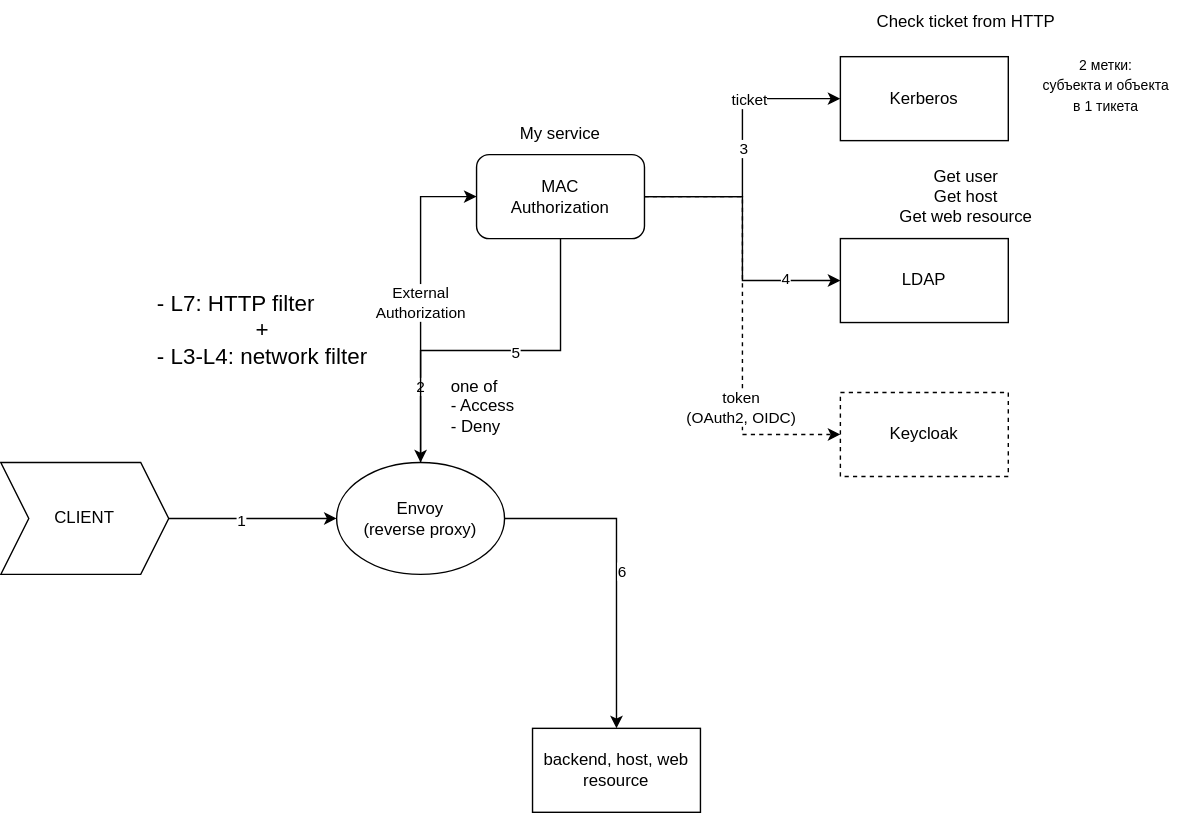
Before: docs/design.svg, a diagram exported from draw.io (Conty111/reverse-proxy-mac). Source tidied: cells renumbered, new cells last; positions are measured from the earlier drawing's top-left corner, leaving out a move shared by most shapes.
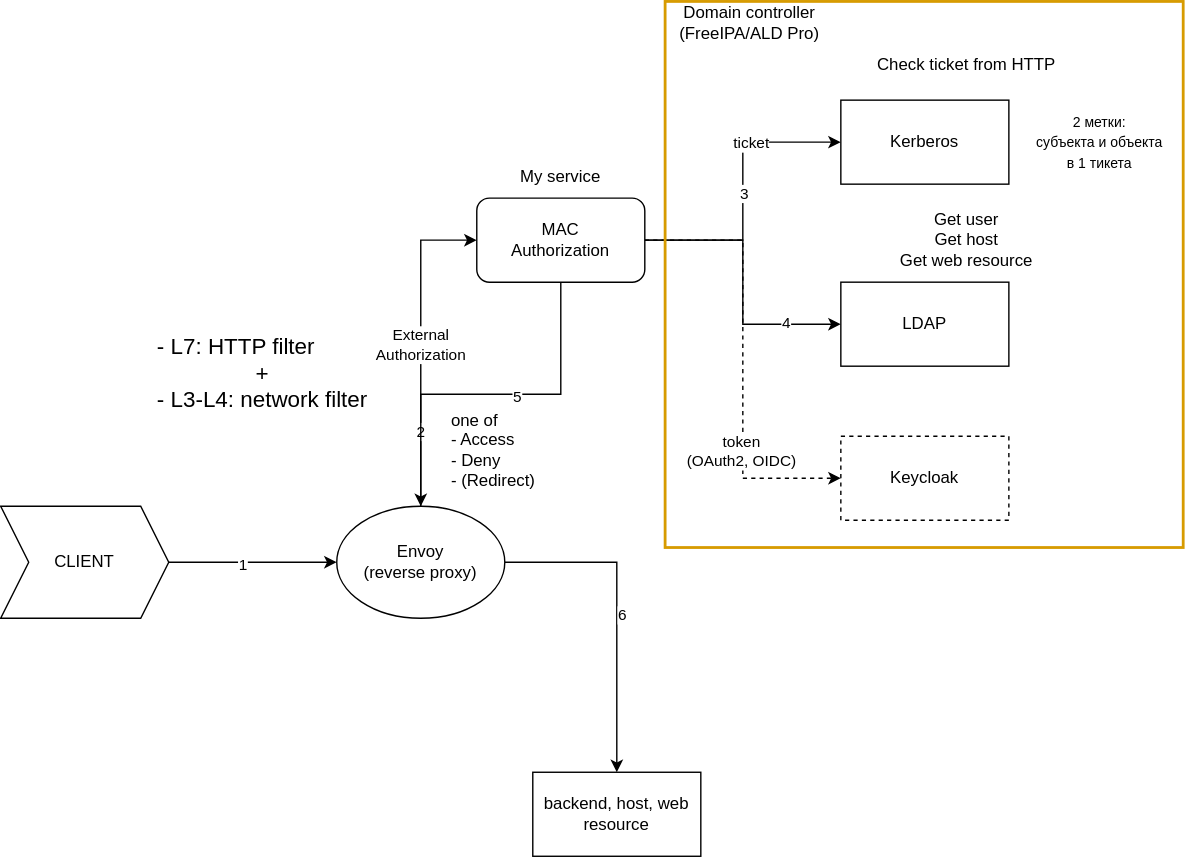
The same diagram one commit later.

Change to the diagram source:
```diff
@@ -79,14 +79,20 @@
     <mxCell id="26" value="Get user&lt;div&gt;Get host&lt;/div&gt;&lt;div&gt;Get web resource&lt;/div&gt;" style="text;html=1;whiteSpace=wrap;strokeColor=none;fillColor=none;align=center;verticalAlign=middle;rounded=0;" parent="1" vertex="1">
       <mxGeometry x="630" y="110" width="120" height="60" as="geometry" />
     </mxCell>
-    <mxCell id="27" value="&lt;div&gt;one of&lt;/div&gt;&lt;div&gt;- Access&lt;/div&gt;&lt;div&gt;- Deny&lt;/div&gt;" style="text;html=1;whiteSpace=wrap;strokeColor=none;fillColor=none;align=left;verticalAlign=middle;rounded=0;" parent="1" vertex="1">
-      <mxGeometry x="320" y="260" width="70" height="60" as="geometry" />
+    <mxCell id="27" value="&lt;div&gt;one of&lt;/div&gt;&lt;div&gt;- Access&lt;/div&gt;&lt;div&gt;- Deny&lt;/div&gt;&lt;div&gt;- (Redirect)&lt;/div&gt;" style="text;html=1;whiteSpace=wrap;strokeColor=none;fillColor=none;align=left;verticalAlign=middle;rounded=0;" parent="1" vertex="1">
+      <mxGeometry x="320" y="255" width="80" height="70" as="geometry" />
     </mxCell>
     <mxCell id="28" value="backend, host, web resource" style="rounded=0;whiteSpace=wrap;html=1;" parent="1" vertex="1">
       <mxGeometry x="380" y="520" width="120" height="60" as="geometry" />
     </mxCell>
+    <mxCell id="30" style="rounded=0;whiteSpace=wrap;html=1;strokeColor=#d79b00;fillColor=none;strokeWidth=2;" parent="1" vertex="1">
+      <mxGeometry x="475" y="-30" width="370" height="390" as="geometry" />
+    </mxCell>
     <mxCell id="29" value="&lt;font style=&quot;font-size: 10px;&quot;&gt;2 метки:&lt;/font&gt;&lt;div&gt;&lt;font style=&quot;font-size: 10px;&quot;&gt;субъекта и объекта&lt;/font&gt;&lt;/div&gt;&lt;div&gt;&lt;font style=&quot;font-size: 10px;&quot;&gt;в 1 тикета&lt;/font&gt;&lt;/div&gt;" style="text;html=1;whiteSpace=wrap;strokeColor=none;fillColor=none;align=center;verticalAlign=middle;rounded=0;" parent="1" vertex="1">
-      <mxGeometry x="730" y="30" width="120" height="60" as="geometry" />
+      <mxGeometry x="725" y="40" width="120" height="60" as="geometry" />
     </mxCell>
+    <mxCell id="31" value="Domain controller&lt;div&gt;(FreeIPA/ALD Pro)&lt;/div&gt;" style="text;html=1;whiteSpace=wrap;strokeColor=none;fillColor=none;align=center;verticalAlign=middle;rounded=0;fontStyle=0;" parent="1" vertex="1">
+      <mxGeometry x="475" y="-30" width="120" height="30" as="geometry" />
+    </mxCell>
   </root>
 </mxGraphModel>
```
